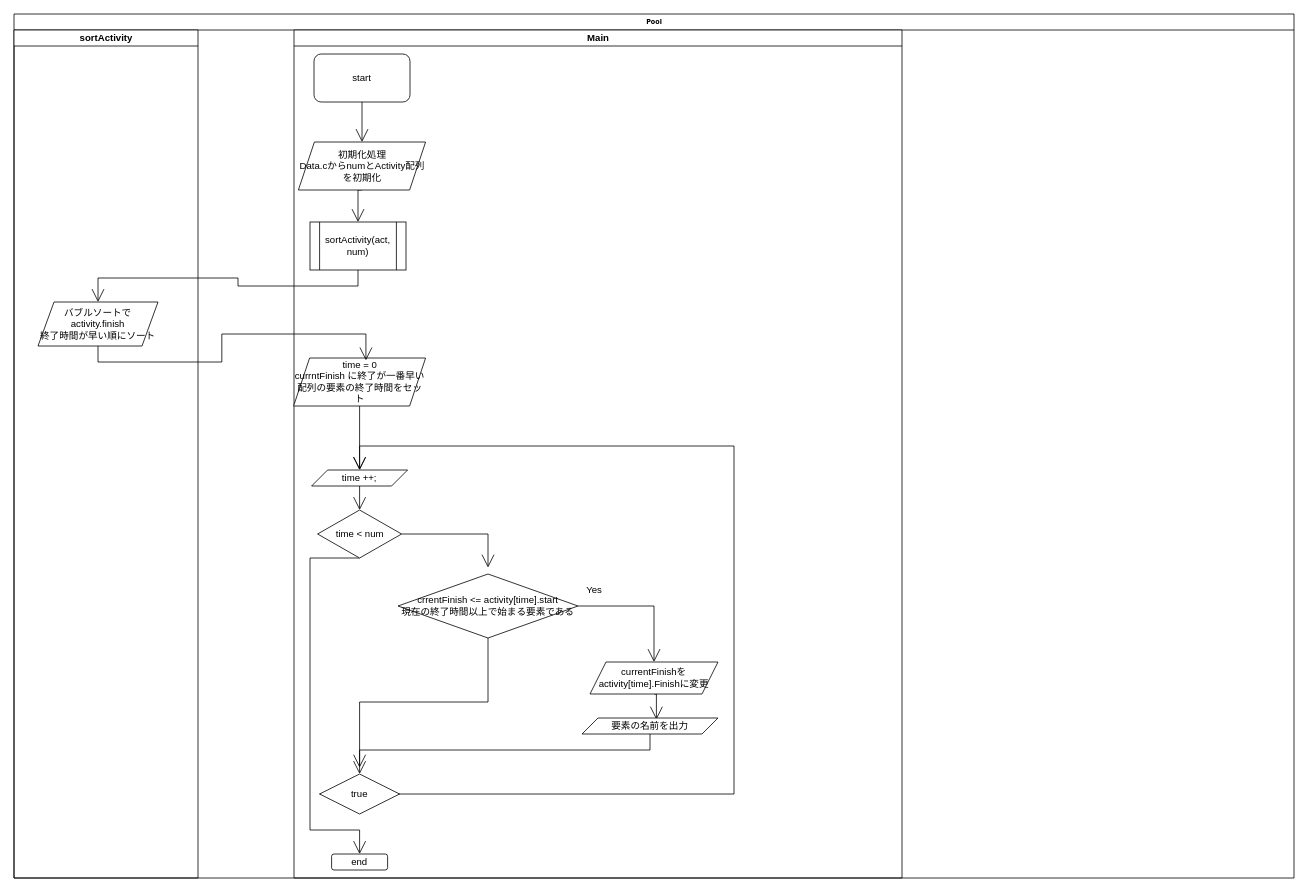
Okakakai/R4-DatatoAlgo-3 keeps this draw.io diagram as MSP/Untitled Diagram.drawio. Above is the earlier version. Source tidied: cells renumbered, new cells numbered last; positions are measured from the earlier drawing's top-left corner, leaving out a move shared by most shapes. Both pictures are drawn from the tidied source at 80%, with x=0, y=0 at pixel (14, 14).
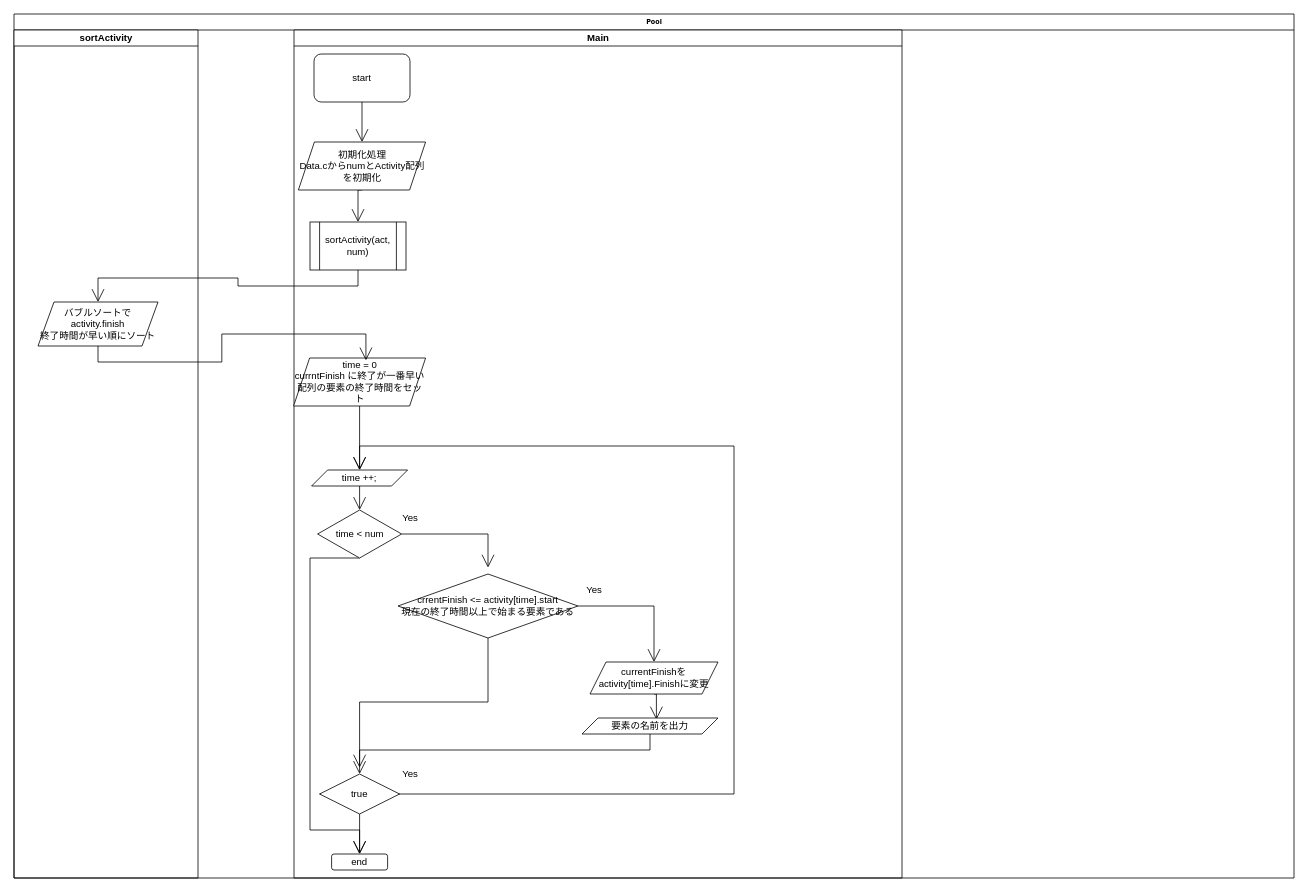
The same page after the edit.

The change refers to these unchanged cells:
```xml
<mxCell id="8" value="Main" style="swimlane;html=1;startSize=20;" parent="2" vertex="1">
  <mxGeometry x="350" y="20" width="760" height="1060" as="geometry" />
</mxCell>
<mxCell id="20" value="true" style="rhombus;whiteSpace=wrap;html=1;hachureGap=4;" parent="8" vertex="1">
  <mxGeometry x="32" y="930" width="100" height="50" as="geometry" />
</mxCell>
<mxCell id="29" value="end" style="rounded=1;whiteSpace=wrap;html=1;hachureGap=4;" parent="8" vertex="1">
  <mxGeometry x="47" y="1030" width="70" height="20" as="geometry" />
</mxCell>
```

Diff of the diagram source:
```diff
@@
+    <mxCell id="34" style="edgeStyle=orthogonalEdgeStyle;rounded=0;jettySize=auto;html=1;exitX=0.5;exitY=1;exitDx=0;exitDy=0;entryX=0.5;entryY=0;entryDx=0;entryDy=0;endArrow=open;startSize=14;endSize=14;sourcePerimeterSpacing=8;targetPerimeterSpacing=8;" parent="8" edge="1" source="20" target="29">
+      <mxGeometry relative="1" as="geometry" />
+    </mxCell>
@@
+    <mxCell id="35" value="Yes" style="text;html=1;align=center;verticalAlign=middle;strokeColor=none;fillColor=none;hachureGap=4;" parent="8" vertex="1">
+      <mxGeometry x="124.5" y="600" width="40" height="20" as="geometry" />
+    </mxCell>
+    <mxCell id="36" value="Yes" style="text;html=1;align=center;verticalAlign=middle;strokeColor=none;fillColor=none;hachureGap=4;" parent="8" vertex="1">
+      <mxGeometry x="124.5" y="920" width="40" height="20" as="geometry" />
+    </mxCell>
```
